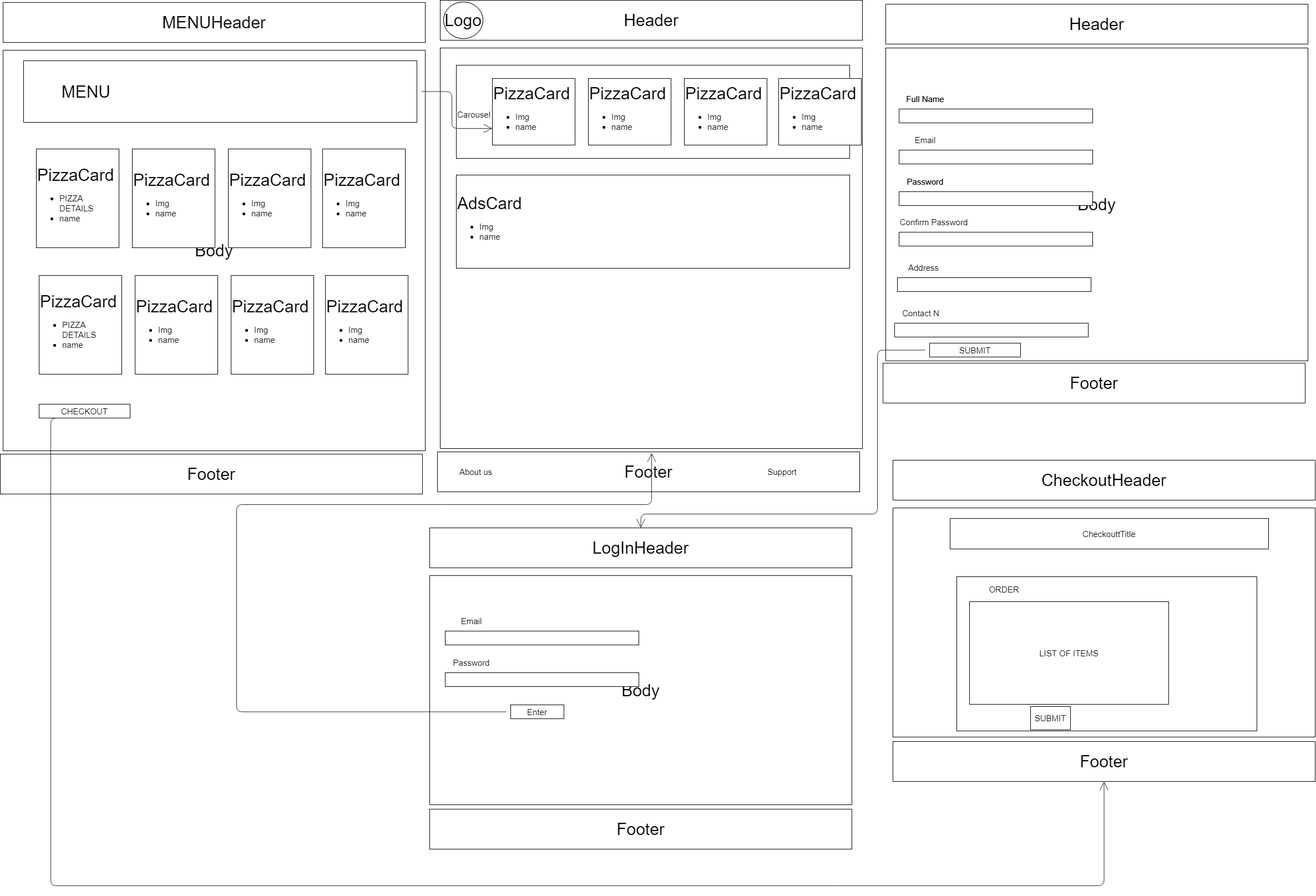
Before: PizzaAppWireframe.drawio.png, a diagram exported from draw.io (Remi329/PizzaJunctionMergedComponents). Source tidied: cells renumbered, new cells last; positions are measured from the earlier drawing's top-left corner, leaving out a move shared by most shapes.
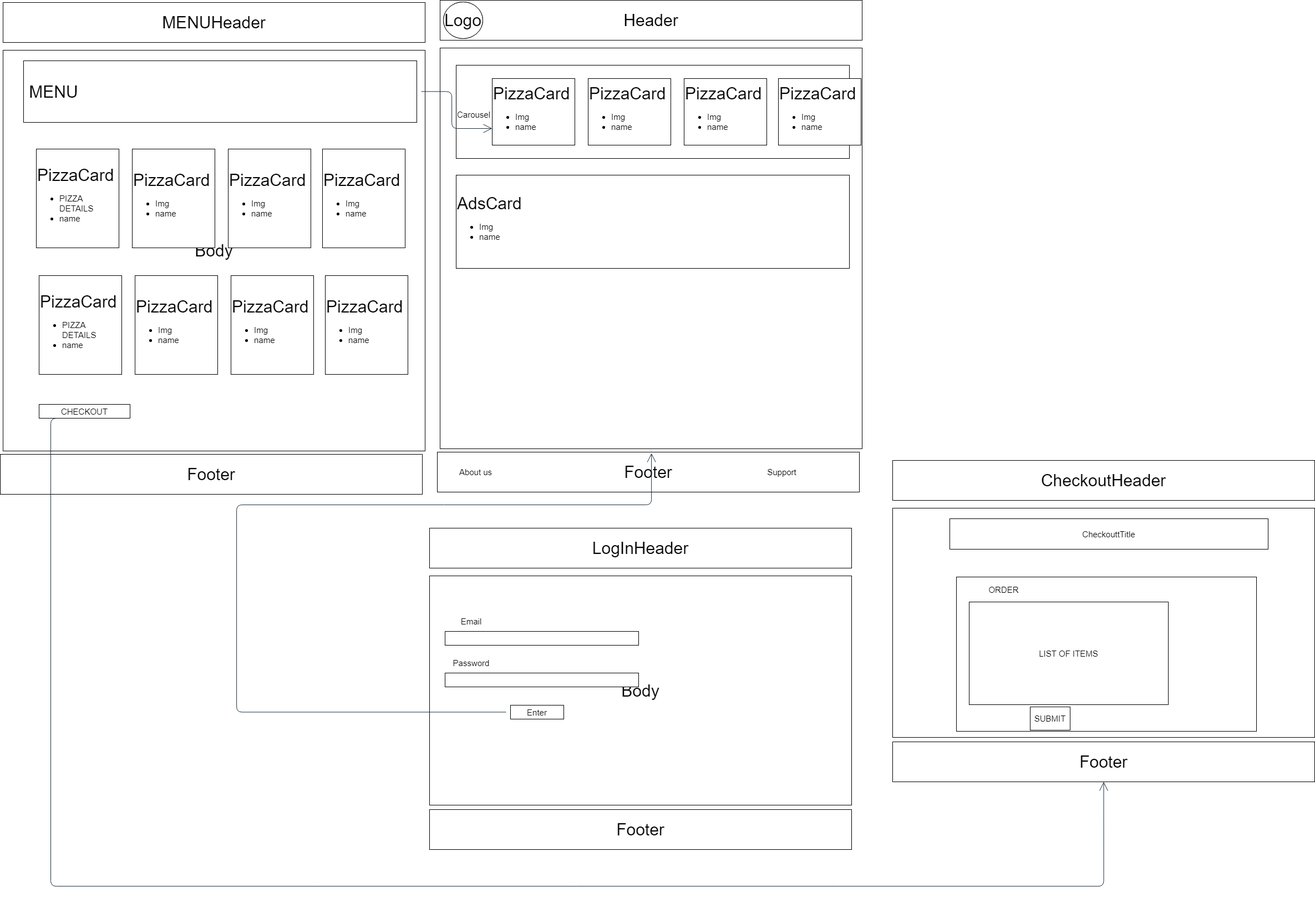
The same file after the commit.

What changed in the source:
```diff
@@ -20,27 +20,6 @@
     <mxCell id="7" value="AdsCard&lt;br style=&quot;font-size: 29px&quot;&gt;&lt;ul style=&quot;font-size: 15px&quot;&gt;&lt;li&gt;&lt;font style=&quot;font-size: 15px&quot;&gt;Img&lt;/font&gt;&lt;/li&gt;&lt;li&gt;&lt;font style=&quot;font-size: 15px&quot;&gt;name&lt;/font&gt;&lt;/li&gt;&lt;/ul&gt;" style="rounded=0;whiteSpace=wrap;html=1;hachureGap=4;fontSize=30;align=left;" parent="1" vertex="1">
       <mxGeometry x="822" y="315" width="709" height="168" as="geometry" />
     </mxCell>
-    <mxCell id="8" value="&lt;font style=&quot;font-size: 30px&quot;&gt;Body&lt;/font&gt;" style="rounded=0;whiteSpace=wrap;html=1;hachureGap=4;" parent="1" vertex="1">
-      <mxGeometry x="1596" y="86" width="761" height="564" as="geometry" />
-    </mxCell>
-    <mxCell id="9" style="rounded=0;whiteSpace=wrap;html=1;hachureGap=4;fontSize=15;" parent="1" vertex="1">
-      <mxGeometry x="1620" y="196" width="349" height="25" as="geometry" />
-    </mxCell>
-    <mxCell id="10" value="Full Name" style="text;strokeColor=none;fillColor=none;html=1;align=center;verticalAlign=middle;whiteSpace=wrap;rounded=0;hachureGap=4;fontSize=15;" parent="1" vertex="1">
-      <mxGeometry x="1620" y="163" width="95" height="30" as="geometry" />
-    </mxCell>
-    <mxCell id="11" style="rounded=0;whiteSpace=wrap;html=1;hachureGap=4;fontSize=15;" parent="1" vertex="1">
-      <mxGeometry x="1620" y="270" width="349" height="25" as="geometry" />
-    </mxCell>
-    <mxCell id="12" value="Email" style="text;strokeColor=none;fillColor=none;html=1;align=center;verticalAlign=middle;whiteSpace=wrap;rounded=0;hachureGap=4;fontSize=15;" parent="1" vertex="1">
-      <mxGeometry x="1620" y="237" width="95" height="30" as="geometry" />
-    </mxCell>
-    <mxCell id="13" style="rounded=0;whiteSpace=wrap;html=1;hachureGap=4;fontSize=15;" parent="1" vertex="1">
-      <mxGeometry x="1620" y="345" width="349" height="25" as="geometry" />
-    </mxCell>
-    <mxCell id="14" value="Password" style="text;strokeColor=none;fillColor=none;html=1;align=center;verticalAlign=middle;whiteSpace=wrap;rounded=0;hachureGap=4;fontSize=15;" parent="1" vertex="1">
-      <mxGeometry x="1620" y="312" width="95" height="30" as="geometry" />
-    </mxCell>
     <mxCell id="15" style="group;" parent="1" vertex="1">
       <mxGeometry x="887" y="141" width="665" height="120" as="geometry" />
     </mxCell>
@@ -59,15 +38,6 @@
     <mxCell id="20" value="Logo" style="ellipse;whiteSpace=wrap;html=1;hachureGap=4;fontSize=30;" parent="1" vertex="1">
       <mxGeometry x="799" y="3" width="71" height="66" as="geometry" />
     </mxCell>
-    <mxCell id="21" value="Full Name" style="text;strokeColor=none;fillColor=none;html=1;align=center;verticalAlign=middle;whiteSpace=wrap;rounded=0;hachureGap=4;fontSize=15;" parent="1" vertex="1">
-      <mxGeometry x="1620" y="163" width="95" height="30" as="geometry" />
-    </mxCell>
-    <mxCell id="22" style="rounded=0;whiteSpace=wrap;html=1;hachureGap=4;fontSize=15;" parent="1" vertex="1">
-      <mxGeometry x="1620" y="345" width="349" height="25" as="geometry" />
-    </mxCell>
-    <mxCell id="23" value="Password" style="text;strokeColor=none;fillColor=none;html=1;align=center;verticalAlign=middle;whiteSpace=wrap;rounded=0;hachureGap=4;fontSize=15;" parent="1" vertex="1">
-      <mxGeometry x="1620" y="312" width="95" height="30" as="geometry" />
-    </mxCell>
     <mxCell id="24" value="&lt;font style=&quot;font-size: 30px&quot;&gt;LogInHeader&lt;/font&gt;" style="rounded=0;whiteSpace=wrap;html=1;hachureGap=4;" parent="1" vertex="1">
       <mxGeometry x="774" y="951" width="761" height="72" as="geometry" />
     </mxCell>
@@ -125,36 +95,6 @@
     <mxCell id="42" value="Enter" style="rounded=0;whiteSpace=wrap;html=1;hachureGap=4;fontSize=15;" parent="36" vertex="1">
       <mxGeometry x="146" y="233" width="96" height="25" as="geometry" />
     </mxCell>
-    <mxCell id="43" style="group;" parent="1" vertex="1">
-      <mxGeometry x="1612" y="385" width="357" height="222" as="geometry" />
-    </mxCell>
-    <mxCell id="44" style="rounded=0;whiteSpace=wrap;html=1;hachureGap=4;fontSize=15;" parent="43" vertex="1">
-      <mxGeometry x="8" y="33" width="349" height="25" as="geometry" />
-    </mxCell>
-    <mxCell id="45" value="Confirm Password" style="text;strokeColor=none;fillColor=none;html=1;align=center;verticalAlign=middle;whiteSpace=wrap;rounded=0;hachureGap=4;fontSize=15;" parent="43" vertex="1">
-      <mxGeometry x="8" width="126" height="30" as="geometry" />
-    </mxCell>
-    <mxCell id="46" style="group;" parent="43" vertex="1">
-      <mxGeometry y="82" width="354" height="140" as="geometry" />
-    </mxCell>
-    <mxCell id="47" value="Address" style="text;strokeColor=none;fillColor=none;html=1;align=center;verticalAlign=middle;whiteSpace=wrap;rounded=0;hachureGap=4;fontSize=15;" parent="46" vertex="1">
-      <mxGeometry x="5" width="95" height="30" as="geometry" />
-    </mxCell>
-    <mxCell id="48" style="rounded=0;whiteSpace=wrap;html=1;hachureGap=4;fontSize=15;" parent="46" vertex="1">
-      <mxGeometry x="5" y="33" width="349" height="25" as="geometry" />
-    </mxCell>
-    <mxCell id="49" value="Contact N" style="text;strokeColor=none;fillColor=none;html=1;align=center;verticalAlign=middle;whiteSpace=wrap;rounded=0;hachureGap=4;fontSize=15;" parent="46" vertex="1">
-      <mxGeometry y="82" width="95" height="30" as="geometry" />
-    </mxCell>
-    <mxCell id="50" style="rounded=0;whiteSpace=wrap;html=1;hachureGap=4;fontSize=15;" parent="46" vertex="1">
-      <mxGeometry y="115" width="349" height="25" as="geometry" />
-    </mxCell>
-    <mxCell id="51" value="&lt;font style=&quot;font-size: 30px&quot;&gt;Header&lt;/font&gt;" style="rounded=0;whiteSpace=wrap;html=1;hachureGap=4;" parent="1" vertex="1">
-      <mxGeometry x="1596" y="7" width="761" height="72" as="geometry" />
-    </mxCell>
-    <mxCell id="52" value="&lt;font style=&quot;font-size: 30px&quot;&gt;Footer&lt;/font&gt;" style="rounded=0;whiteSpace=wrap;html=1;hachureGap=4;" parent="1" vertex="1">
-      <mxGeometry x="1591" y="654" width="761" height="72" as="geometry" />
-    </mxCell>
     <mxCell id="53" value="About us" style="text;strokeColor=none;fillColor=none;html=1;align=center;verticalAlign=middle;whiteSpace=wrap;rounded=0;hachureGap=4;fontSize=15;" parent="1" vertex="1">
       <mxGeometry x="810" y="835" width="95" height="30" as="geometry" />
     </mxCell>
@@ -170,7 +110,7 @@
     <mxCell id="57" value="&lt;font style=&quot;font-size: 30px&quot;&gt;Footer&lt;/font&gt;" style="rounded=0;whiteSpace=wrap;html=1;hachureGap=4;" parent="1" vertex="1">
       <mxGeometry y="818" width="761" height="72" as="geometry" />
     </mxCell>
-    <mxCell id="58" value="&lt;span style=&quot;white-space: pre&quot;&gt;&#9;&lt;/span&gt;MENU" style="rounded=0;whiteSpace=wrap;html=1;hachureGap=4;fontSize=30;align=left;" parent="1" vertex="1">
+    <mxCell id="58" value="&lt;span style=&quot;white-space: pre&quot;&gt; &lt;/span&gt;MENU" style="rounded=0;whiteSpace=wrap;html=1;hachureGap=4;fontSize=30;align=left;" parent="1" vertex="1">
       <mxGeometry x="42" y="109" width="709" height="111" as="geometry" />
     </mxCell>
     <mxCell id="59" style="group;" parent="1" vertex="1">
@@ -206,18 +146,6 @@
     <mxCell id="69" style="edgeStyle=orthogonalEdgeStyle;jettySize=auto;html=1;rounded=1;sketch=0;fontColor=#1A1A1A;endArrow=open;startSize=14;endSize=14;sourcePerimeterSpacing=8;targetPerimeterSpacing=8;strokeColor=#182E3E;entryX=0;entryY=0.75;entryDx=0;entryDy=0;" parent="1" edge="1" source="58" target="16">
       <mxGeometry relative="1" as="geometry" />
     </mxCell>
-    <mxCell id="70" style="edgeStyle=orthogonalEdgeStyle;rounded=1;sketch=0;jettySize=auto;html=1;entryX=0.5;entryY=0;entryDx=0;entryDy=0;fontColor=#1A1A1A;endArrow=open;startSize=14;endSize=14;sourcePerimeterSpacing=8;targetPerimeterSpacing=8;strokeColor=#182E3E;" parent="1" edge="1" source="71" target="24">
-      <mxGeometry relative="1" as="geometry">
-        <Array as="points">
-          <mxPoint x="1581" y="630" />
-          <mxPoint x="1581" y="926" />
-          <mxPoint x="1155" y="926" />
-        </Array>
-      </mxGeometry>
-    </mxCell>
-    <mxCell id="71" value="SUBMIT" style="rounded=0;whiteSpace=wrap;html=1;hachureGap=4;fontSize=15;" parent="1" vertex="1">
-      <mxGeometry x="1675" y="618" width="164" height="25" as="geometry" />
-    </mxCell>
     <mxCell id="72" style="edgeStyle=orthogonalEdgeStyle;rounded=1;sketch=0;jettySize=auto;html=1;entryX=0.5;entryY=1;entryDx=0;entryDy=0;fontColor=#1A1A1A;endArrow=open;startSize=14;endSize=14;sourcePerimeterSpacing=8;targetPerimeterSpacing=8;strokeColor=#182E3E;exitX=0.5;exitY=1;exitDx=0;exitDy=0;" parent="1" edge="1" source="74" target="29">
       <mxGeometry relative="1" as="geometry">
         <Array as="points">
```
